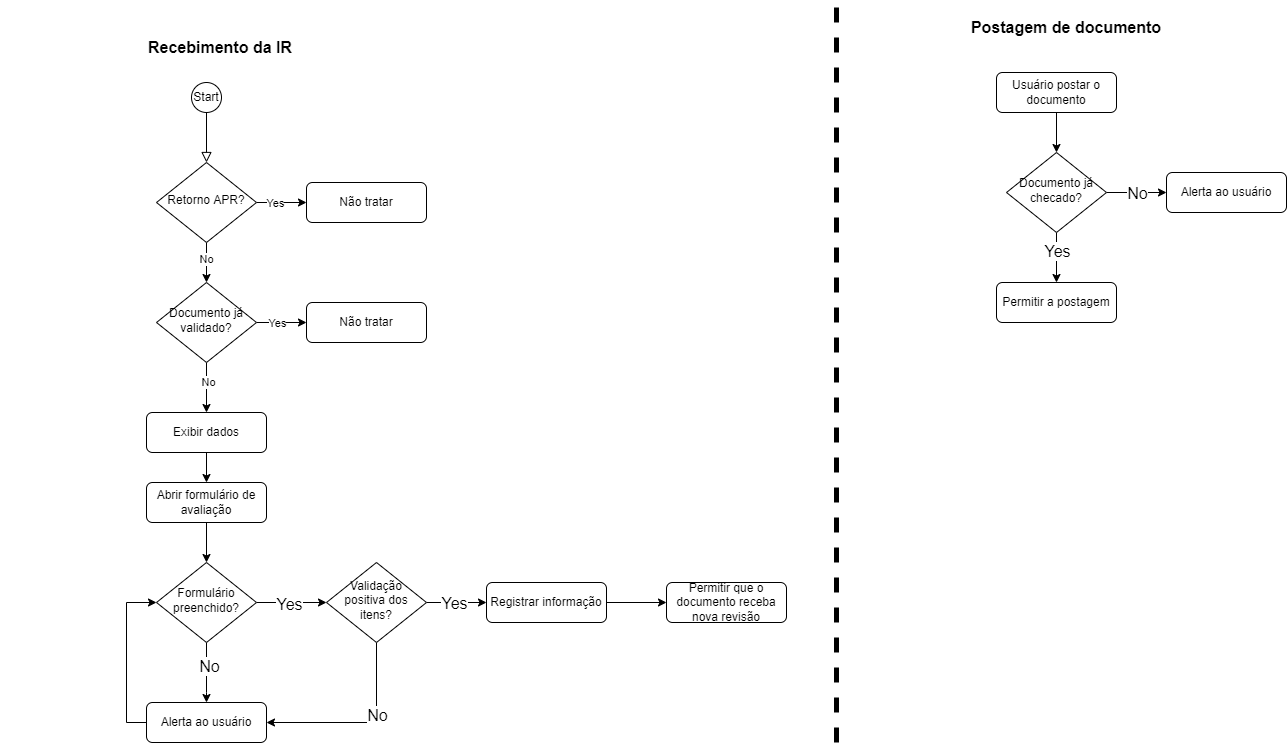
The draw.io diagram fluxograma.drawio.png in RogiNascimento/diagramas, before a commit. Source tidied: cells renumbered, new cells last; positions are measured from the earlier drawing's top-left corner, leaving out a move shared by most shapes.
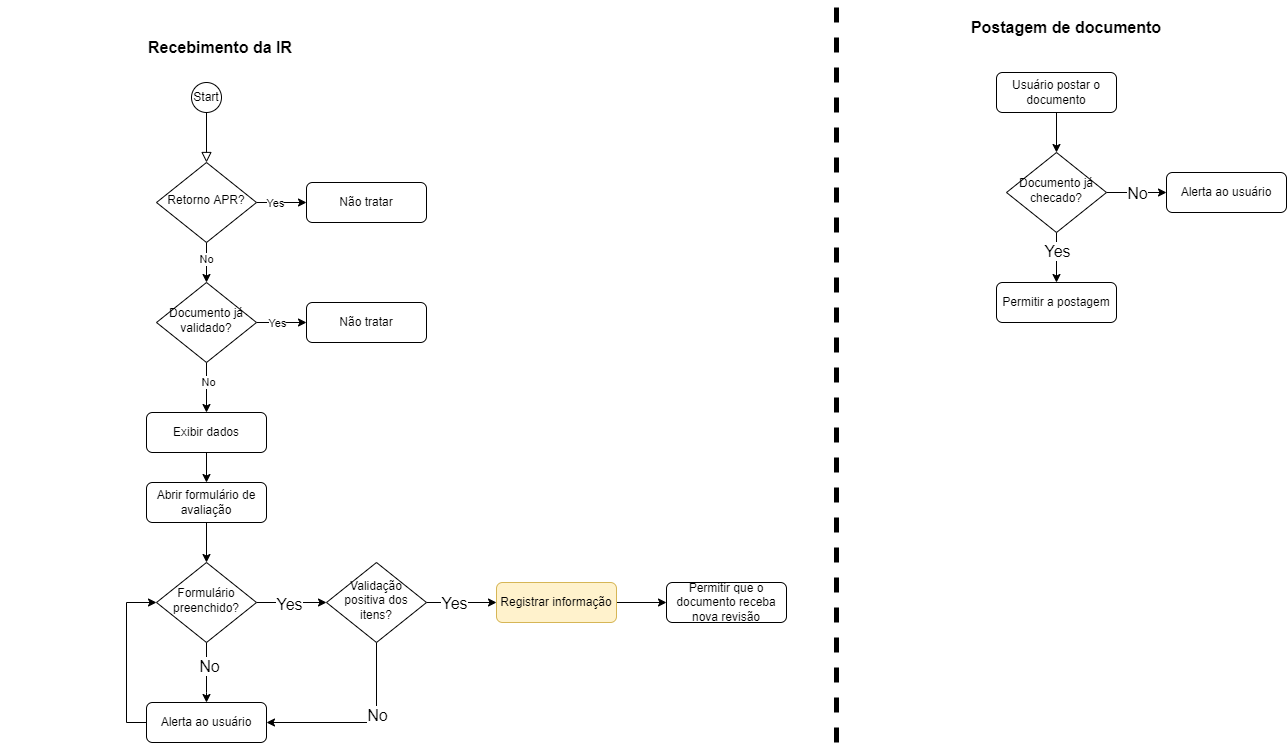
Above is the later version.

Change to the diagram source:
```diff
@@ -119,8 +119,8 @@
     <mxCell id="33" style="edgeStyle=orthogonalEdgeStyle;rounded=0;jettySize=auto;html=1;fontSize=16;" parent="1" edge="1" source="34" target="35">
       <mxGeometry relative="1" as="geometry" />
     </mxCell>
-    <mxCell id="34" value="Registrar informação" style="rounded=1;whiteSpace=wrap;html=1;fontSize=12;glass=0;strokeWidth=1;shadow=0;" parent="1" vertex="1">
-      <mxGeometry x="486" y="580" width="120" height="40" as="geometry" />
+    <mxCell id="34" value="Registrar informação" style="rounded=1;whiteSpace=wrap;html=1;fontSize=12;glass=0;strokeWidth=1;shadow=0;fillColor=#fff2cc;strokeColor=#d6b656;" parent="1" vertex="1">
+      <mxGeometry x="496" y="580" width="120" height="40" as="geometry" />
     </mxCell>
     <mxCell id="35" value="Permitir que o documento receba nova revisão" style="rounded=1;whiteSpace=wrap;html=1;fontSize=12;glass=0;strokeWidth=1;shadow=0;" parent="1" vertex="1">
       <mxGeometry x="666" y="580" width="120" height="40" as="geometry" />
```
